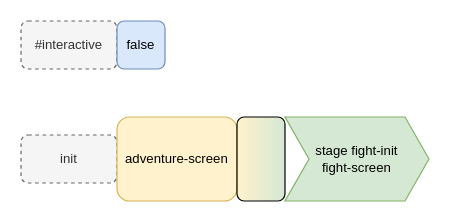
The draw.io diagram page "adventure<Dungeon Crawler<Top" (6 of 16) of dw/dc.drawio in guitarvydas/ceptre, before the edit. Source tidied: cells renumbered, new cells numbered last; positions are measured from the earlier drawing's top-left corner, leaving out a move shared by most shapes. Both pictures are drawn from the tidied source at 120%, with x=0, y=0 at pixel (20, 20).
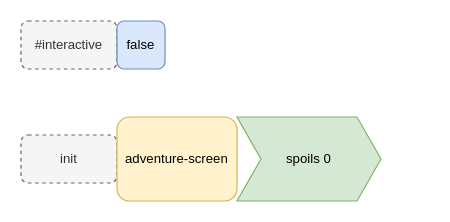
After the change.

The edit, as a diff of the source:
```diff
@@
 <mxGraphModel>
   <root>
     <mxCell id="0" />
     <mxCell id="1" parent="0" />
     <mxCell id="2" value="#interactive" style="rounded=1;whiteSpace=wrap;html=1;fontFamily=Helvetica;fontSize=11;fontColor=#333333;fillColor=#f5f5f5;strokeColor=#666666;dashed=1;" parent="1" vertex="1">
       <mxGeometry width="80" height="40" as="geometry" />
     </mxCell>
     <mxCell id="3" value="false" style="rounded=1;whiteSpace=wrap;html=1;fontFamily=Helvetica;fontSize=11;fillColor=#dae8fc;strokeColor=#6c8ebf;" parent="1" vertex="1">
       <mxGeometry x="80" width="40" height="40" as="geometry" />
     </mxCell>
     <mxCell id="4" value="init" style="rounded=1;whiteSpace=wrap;html=1;fontFamily=Helvetica;fontSize=11;fontColor=#333333;fillColor=#f5f5f5;strokeColor=#666666;dashed=1;" parent="1" vertex="1">
       <mxGeometry y="95" width="80" height="40" as="geometry" />
     </mxCell>
     <mxCell id="5" value="adventure-screen" style="rounded=1;whiteSpace=wrap;html=1;fontFamily=Helvetica;fontSize=11;fillColor=#fff2cc;strokeColor=#d6b656;" parent="1" vertex="1">
       <mxGeometry x="80" y="80" width="100" height="70" as="geometry" />
     </mxCell>
-    <mxCell id="6" style="rounded=1;whiteSpace=wrap;html=1;fontFamily=Helvetica;fontSize=11;gradientColor=#D5E8D4;fillColor=#FFF2CC;gradientDirection=east;" parent="1" vertex="1">
-      <mxGeometry x="180" y="80" width="40" height="70" as="geometry" />
-    </mxCell>
-    <mxCell id="7" value="stage fight-init&lt;br&gt;fight-screen" style="shape=step;perimeter=stepPerimeter;whiteSpace=wrap;html=1;fixedSize=1;fontFamily=Helvetica;fontSize=11;fillColor=#d5e8d4;strokeColor=#82b366;" parent="1" vertex="1">
-      <mxGeometry x="220" y="80" width="120" height="70" as="geometry" />
+    <mxCell id="7" value="spoils 0" style="shape=step;perimeter=stepPerimeter;whiteSpace=wrap;html=1;fixedSize=1;fontFamily=Helvetica;fontSize=11;fillColor=#d5e8d4;strokeColor=#82b366;" parent="1" vertex="1">
+      <mxGeometry x="180" y="80" width="120" height="70" as="geometry" />
     </mxCell>
   </root>
 </mxGraphModel>
```
